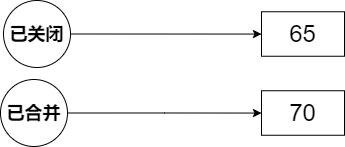
Above: test1.drawio.png in anze1314/picture (draw.io), before the change. Source tidied: cells renumbered, new cells last; positions are measured from the earlier drawing's top-left corner, leaving out a move shared by most shapes.
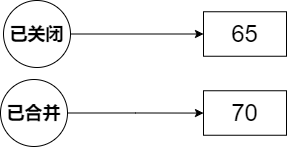
The same diagram one commit later.

Diff of the diagram source:
```diff
@@ -3,12 +3,10 @@
     <mxCell id="0" />
     <mxCell id="1" parent="0" />
     <mxCell id="2" value="&lt;font style=&quot;font-size: 24px;&quot;&gt;70&lt;/font&gt;" style="rounded=0;whiteSpace=wrap;html=1;" parent="1" vertex="1">
-      <mxGeometry x="261" y="90.2" width="83" height="44.5" as="geometry" />
+      <mxGeometry x="203" y="90.2" width="83" height="44.5" as="geometry" />
     </mxCell>
-    <mxCell id="3" style="edgeStyle=orthogonalEdgeStyle;rounded=0;jettySize=auto;html=1;exitX=1;exitY=0.5;exitDx=0;exitDy=0;" parent="1" edge="1" source="4">
-      <mxGeometry relative="1" as="geometry">
-        <mxPoint x="261" y="33.6" as="targetPoint" />
-      </mxGeometry>
+    <mxCell id="3" style="edgeStyle=orthogonalEdgeStyle;rounded=0;jettySize=auto;html=1;exitX=1;exitY=0.5;exitDx=0;exitDy=0;entryX=0;entryY=0.5;entryDx=0;entryDy=0;" parent="1" edge="1" source="4" target="7">
+      <mxGeometry relative="1" as="geometry" />
     </mxCell>
     <mxCell id="4" value="&lt;font style=&quot;font-size: 18px;&quot;&gt;&lt;b&gt;已关闭&lt;/b&gt;&lt;/font&gt;" style="ellipse;whiteSpace=wrap;html=1;" parent="1" vertex="1">
       <mxGeometry x="3" width="67" height="67" as="geometry" />
@@ -20,7 +18,7 @@
       <mxGeometry y="79" width="67" height="67" as="geometry" />
     </mxCell>
     <mxCell id="7" value="&lt;font style=&quot;font-size: 24px;&quot;&gt;65&lt;/font&gt;" style="rounded=0;whiteSpace=wrap;html=1;" parent="1" vertex="1">
-      <mxGeometry x="261" y="11.2" width="83" height="44.5" as="geometry" />
+      <mxGeometry x="203" y="11.2" width="83" height="44.5" as="geometry" />
     </mxCell>
   </root>
 </mxGraphModel>
```
